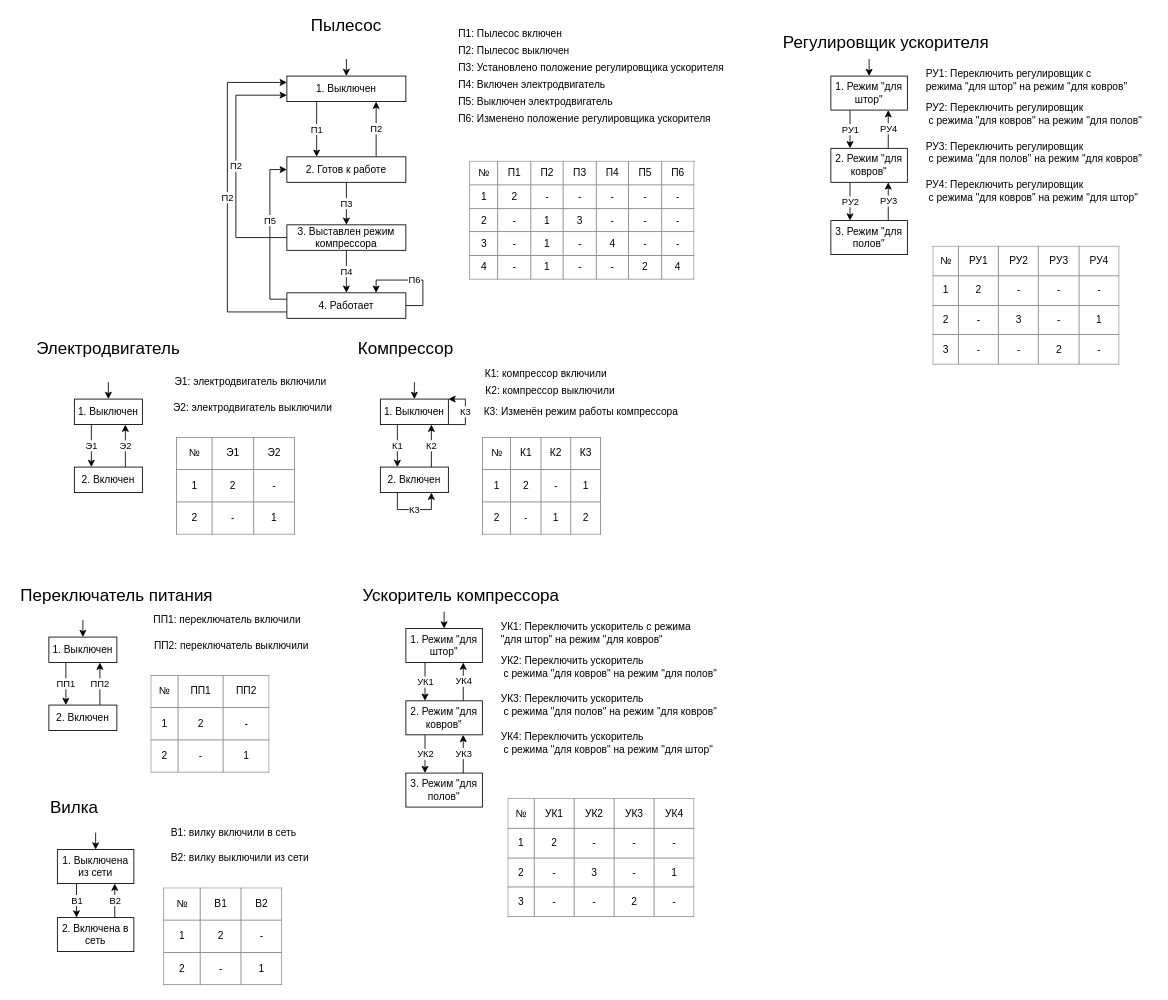
This is page "ДПС" (2 of 5) of OOP/Lab_05/vacuum_cleaner.drawio from Yokud/4_sem_SE, a draw.io file, before an edit. Source tidied: cells renumbered, new cells numbered last; positions are measured from the earlier drawing's top-left corner, leaving out a move shared by most shapes. Both pictures are drawn from the tidied source at 85%, with x=0, y=0 at pixel (14, 16).
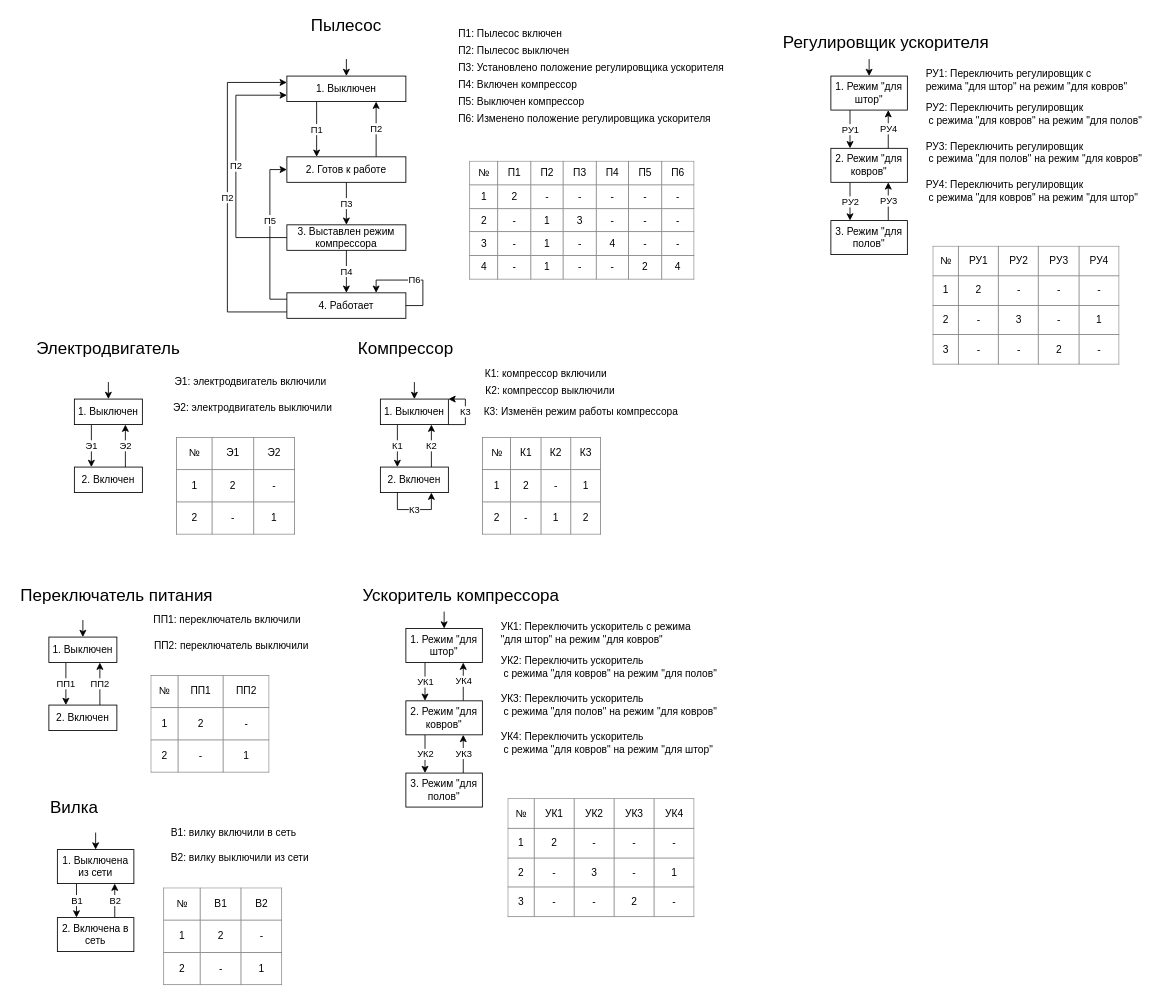
After the change.

Change to the diagram source:
```diff
@@
-    <mxCell id="75" value="П4: Включен электродвигатель" style="text;html=1;strokeColor=none;fillColor=none;align=left;verticalAlign=middle;whiteSpace=wrap;rounded=0;" parent="1" vertex="1">
+    <mxCell id="75" value="П4: Включен компрессор" style="text;html=1;strokeColor=none;fillColor=none;align=left;verticalAlign=middle;whiteSpace=wrap;rounded=0;" parent="1" vertex="1">
       <mxGeometry x="520" y="70" width="250" height="20" as="geometry" />
     </mxCell>
-    <mxCell id="76" value="П5: Выключен электродвигатель" style="text;html=1;strokeColor=none;fillColor=none;align=left;verticalAlign=middle;whiteSpace=wrap;rounded=0;" parent="1" vertex="1">
+    <mxCell id="76" value="П5: Выключен компрессор" style="text;html=1;strokeColor=none;fillColor=none;align=left;verticalAlign=middle;whiteSpace=wrap;rounded=0;" parent="1" vertex="1">
       <mxGeometry x="520" y="90" width="250" height="20" as="geometry" />
     </mxCell>
```
